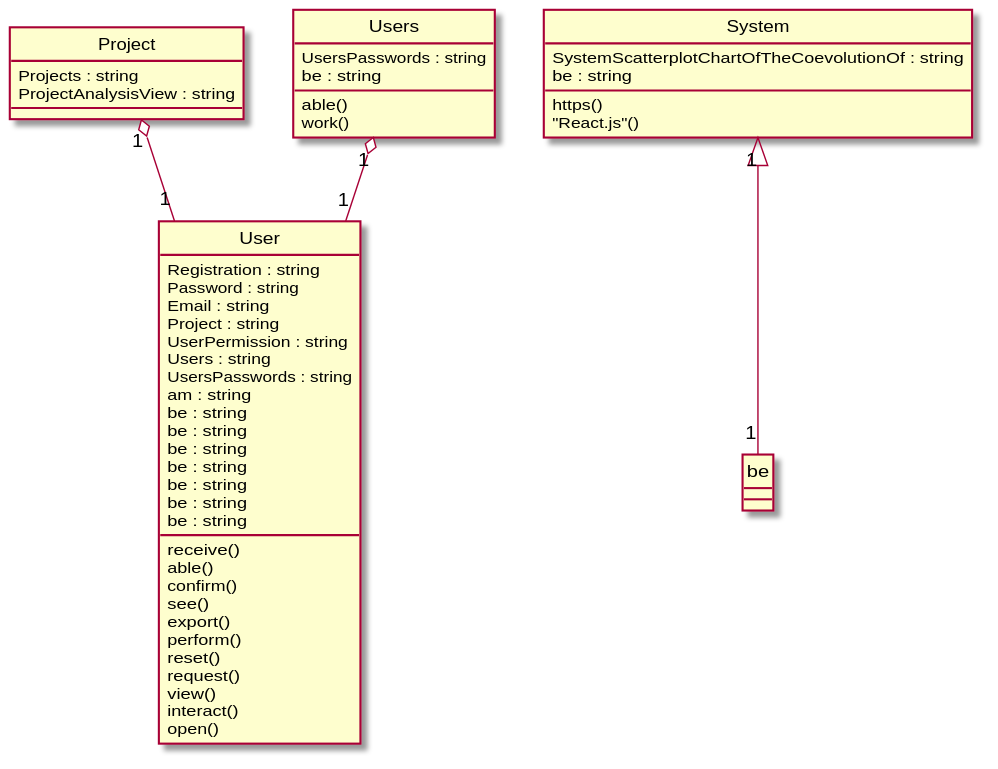
xixixhalu/DomainModelExtractor keeps this PlantUML diagram as Diagrams/2017-USC-Project01.svg. Above is the earlier version. Its diagram source:
```plantuml
@startuml
hide circle
class User {
	Registration : string
	Password : string
	Email : string
	Project : string
	UserPermission : string
	Users : string
	UsersPasswords : string
	am : string
	be : string
	be : string
	be : string
	be : string
	be : string
	be : string
	be : string
	receive()
	able()
	confirm()
	see()
	export()
	perform()
	reset()
	request()
	view()
	interact()
	open()
}
class System {
	SystemScatterplotChartOfTheCoevolutionOf : string
	be : string
	https()
	"React.js"()
}
class Project {
	Projects : string
	ProjectAnalysisView : string
}
class Users {
	UsersPasswords : string
	be : string
	able()
	work()
}
Project "1" o-- "1" User
Users "1" o-- "1" User
System "1" <|-- "1" be
@enduml
```
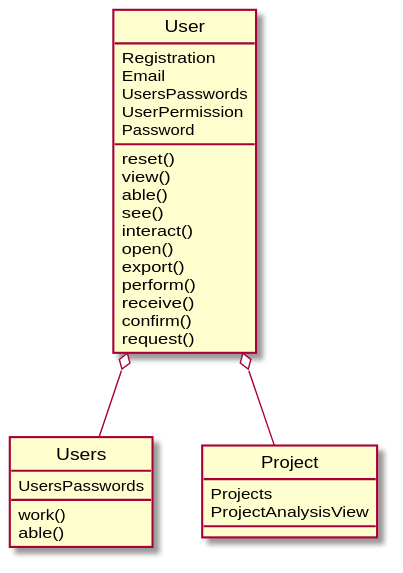
Above is the later version.

The edit, as a diff of the source:
```diff
@@ -1,50 +1,32 @@
 @startuml
 hide circle
 class User {
-	Registration : string
-	Password : string
-	Email : string
-	Project : string
-	UserPermission : string
-	Users : string
-	UsersPasswords : string
-	am : string
-	be : string
-	be : string
-	be : string
-	be : string
-	be : string
-	be : string
-	be : string
-	receive()
+	Registration
+	Email
+	UsersPasswords
+	UserPermission
+	Password
+	reset()
+	view()
 	able()
-	confirm()
 	see()
+	interact()
+	open()
 	export()
 	perform()
-	reset()
+	receive()
+	confirm()
 	request()
-	view()
-	interact()
-	open()
 }
-class System {
-	SystemScatterplotChartOfTheCoevolutionOf : string
-	be : string
-	https()
-	"React.js"()
+class Users {
+	UsersPasswords
+	work()
+	able()
 }
 class Project {
-	Projects : string
-	ProjectAnalysisView : string
+	Projects
+	ProjectAnalysisView
 }
-class Users {
-	UsersPasswords : string
-	be : string
-	able()
-	work()
-}
-Project "1" o-- "1" User
-Users "1" o-- "1" User
-System "1" <|-- "1" be
+User o-- Project
+User o-- Users
 @enduml
```
